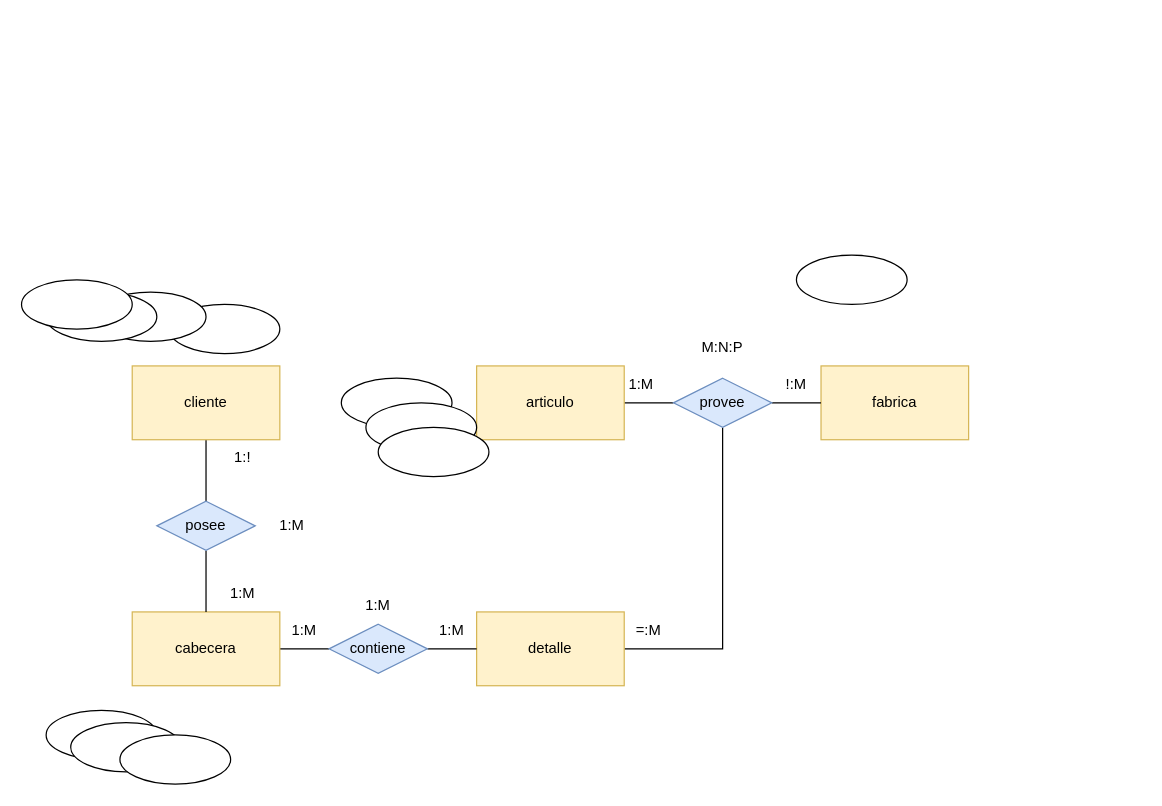
Earlier version of the draw.io diagram Empresaejercicio1.drawio (Mundrack/Base-de-datos). Source tidied: cells renumbered, new cells numbered last; positions are measured from the earlier drawing's top-left corner, leaving out a move shared by most shapes. Both pictures are drawn from the tidied source at 123%, with x=0, y=0 at pixel (21, 255).
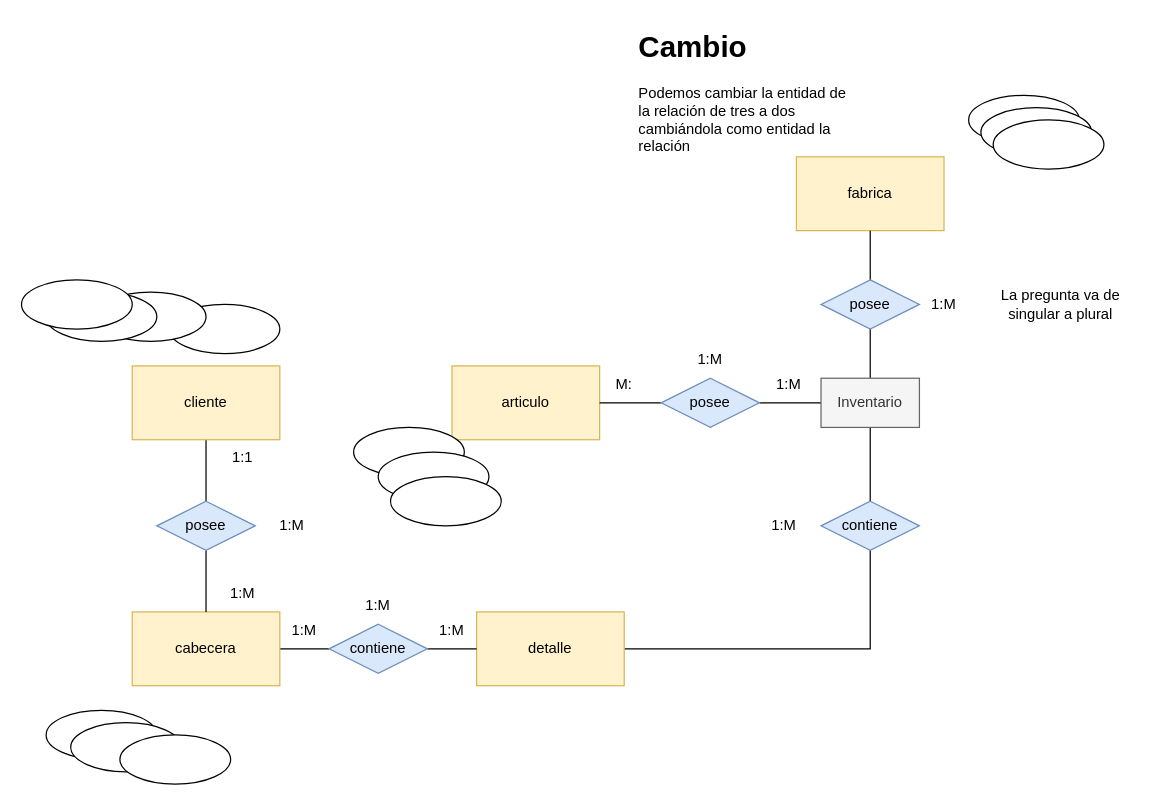
The same page after the edit.

The edit, as a diff of the source:
```diff
@@
     <mxCell id="4" value="fabrica" style="rounded=0;whiteSpace=wrap;html=1;fillColor=#fff2cc;strokeColor=#d6b656;" parent="1" vertex="1">
-      <mxGeometry x="650" y="90" width="120" height="60" as="geometry" />
+      <mxGeometry x="630" y="-80" width="120" height="60" as="geometry" />
     </mxCell>
@@
-    <mxCell id="7" style="edgeStyle=orthogonalEdgeStyle;rounded=0;jettySize=auto;html=1;entryX=0;entryY=0.5;entryDx=0;entryDy=0;endArrow=none;endFill=0;" parent="1" edge="1" source="8" target="12">
+    <mxCell id="7" style="edgeStyle=orthogonalEdgeStyle;rounded=0;jettySize=auto;html=1;entryX=0;entryY=0.5;entryDx=0;entryDy=0;endArrow=none;endFill=0;" parent="1" edge="1" source="40" target="12">
       <mxGeometry relative="1" as="geometry" />
     </mxCell>
     <mxCell id="8" value="articulo" style="rounded=0;whiteSpace=wrap;html=1;fillColor=#fff2cc;strokeColor=#d6b656;" parent="1" vertex="1">
-      <mxGeometry x="370" y="90" width="120" height="60" as="geometry" />
+      <mxGeometry x="350" y="90" width="120" height="60" as="geometry" />
     </mxCell>
@@
-    <mxCell id="12" value="provee" style="rhombus;whiteSpace=wrap;html=1;fillColor=#dae8fc;strokeColor=#6c8ebf;" parent="1" vertex="1">
-      <mxGeometry x="530" y="100" width="80" height="40" as="geometry" />
+    <mxCell id="12" value="Inventario" style="rounded=0;whiteSpace=wrap;html=1;fillColor=#f5f5f5;strokeColor=#666666;fontColor=#333333;" parent="1" vertex="1">
+      <mxGeometry x="650" y="100" width="80" height="40" as="geometry" />
     </mxCell>
@@
-    <mxCell id="17" value="1:!" style="text;html=1;align=center;verticalAlign=middle;whiteSpace=wrap;rounded=0;" parent="1" vertex="1">
+    <mxCell id="17" value="1:1" style="text;html=1;align=center;verticalAlign=middle;whiteSpace=wrap;rounded=0;" parent="1" vertex="1">
       <mxGeometry x="150" y="150" width="60" height="30" as="geometry" />
     </mxCell>
@@
-    <mxCell id="23" value="=:M" style="text;html=1;align=center;verticalAlign=middle;whiteSpace=wrap;rounded=0;" parent="1" vertex="1">
-      <mxGeometry x="480" y="290" width="60" height="30" as="geometry" />
-    </mxCell>
     <mxCell id="24" value="1:M" style="text;html=1;align=center;verticalAlign=middle;whiteSpace=wrap;rounded=0;" parent="1" vertex="1">
-      <mxGeometry x="474" y="90" width="60" height="30" as="geometry" />
+      <mxGeometry x="594" y="90" width="60" height="30" as="geometry" />
     </mxCell>
-    <mxCell id="25" value="M:N:P" style="text;html=1;align=center;verticalAlign=middle;whiteSpace=wrap;rounded=0;" parent="1" vertex="1">
-      <mxGeometry x="540" y="60" width="60" height="30" as="geometry" />
-    </mxCell>
-    <mxCell id="26" value="!:M" style="text;html=1;align=center;verticalAlign=middle;whiteSpace=wrap;rounded=0;" parent="1" vertex="1">
-      <mxGeometry x="600" y="90" width="60" height="30" as="geometry" />
-    </mxCell>
@@
     <mxCell id="31" style="ellipse;whiteSpace=wrap;html=1;" parent="1" vertex="1">
-      <mxGeometry x="260" y="100" width="90" height="40" as="geometry" />
+      <mxGeometry x="270" y="140" width="90" height="40" as="geometry" />
     </mxCell>
     <mxCell id="32" style="ellipse;whiteSpace=wrap;html=1;" parent="1" vertex="1">
-      <mxGeometry x="280" y="120" width="90" height="40" as="geometry" />
+      <mxGeometry x="290" y="160" width="90" height="40" as="geometry" />
     </mxCell>
     <mxCell id="33" style="ellipse;whiteSpace=wrap;html=1;" parent="1" vertex="1">
-      <mxGeometry x="290" y="140" width="90" height="40" as="geometry" />
+      <mxGeometry x="300" y="180" width="90" height="40" as="geometry" />
     </mxCell>
@@
     <mxCell id="37" style="ellipse;whiteSpace=wrap;html=1;" parent="1" vertex="1">
-      <mxGeometry x="630" width="90" height="40" as="geometry" />
+      <mxGeometry x="770" y="-130" width="90" height="40" as="geometry" />
     </mxCell>
+    <mxCell id="38" value="&lt;h1 style=&quot;margin-top: 0px;&quot;&gt;&lt;span style=&quot;background-color: initial;&quot;&gt;Cambio&lt;/span&gt;&lt;br&gt;&lt;/h1&gt;&lt;div&gt;&lt;span style=&quot;background-color: initial;&quot;&gt;Podemos cambiar la entidad de la relación de tres a dos&amp;nbsp;&lt;/span&gt;&lt;/div&gt;&lt;div&gt;&lt;span style=&quot;background-color: initial;&quot;&gt;cambiándola como entidad la relación&lt;/span&gt;&lt;/div&gt;&lt;div&gt;&lt;span style=&quot;background-color: initial;&quot;&gt;&lt;br&gt;&lt;/span&gt;&lt;/div&gt;" style="text;html=1;whiteSpace=wrap;overflow=hidden;rounded=0;" parent="1" vertex="1">
+      <mxGeometry x="500" y="-190" width="180" height="120" as="geometry" />
+    </mxCell>
+    <mxCell id="39" style="edgeStyle=orthogonalEdgeStyle;rounded=0;jettySize=auto;html=1;entryX=0;entryY=0.5;entryDx=0;entryDy=0;endArrow=none;endFill=0;" parent="1" edge="1" source="8" target="40">
+      <mxGeometry relative="1" as="geometry" />
+    </mxCell>
+    <mxCell id="40" value="posee" style="rhombus;whiteSpace=wrap;html=1;fillColor=#dae8fc;strokeColor=#6c8ebf;" parent="1" vertex="1">
+      <mxGeometry x="520" y="100" width="80" height="40" as="geometry" />
+    </mxCell>
+    <mxCell id="41" value="posee" style="rhombus;whiteSpace=wrap;html=1;fillColor=#dae8fc;strokeColor=#6c8ebf;" parent="1" vertex="1">
+      <mxGeometry x="650" y="20" width="80" height="40" as="geometry" />
+    </mxCell>
+    <mxCell id="42" value="contiene" style="rhombus;whiteSpace=wrap;html=1;fillColor=#dae8fc;strokeColor=#6c8ebf;" parent="1" vertex="1">
+      <mxGeometry x="650" y="200" width="80" height="40" as="geometry" />
+    </mxCell>
+    <mxCell id="43" value="M:" style="text;html=1;align=center;verticalAlign=middle;whiteSpace=wrap;rounded=0;" parent="1" vertex="1">
+      <mxGeometry x="460" y="90" width="60" height="30" as="geometry" />
+    </mxCell>
+    <mxCell id="44" value="1:M" style="text;html=1;align=center;verticalAlign=middle;whiteSpace=wrap;rounded=0;" parent="1" vertex="1">
+      <mxGeometry x="530" y="70" width="60" height="30" as="geometry" />
+    </mxCell>
+    <mxCell id="45" value="1:M" style="text;html=1;align=center;verticalAlign=middle;whiteSpace=wrap;rounded=0;" parent="1" vertex="1">
+      <mxGeometry x="720" y="25" width="60" height="30" as="geometry" />
+    </mxCell>
+    <mxCell id="46" value="La pregunta va de singular a plural" style="text;html=1;align=center;verticalAlign=middle;whiteSpace=wrap;rounded=0;" parent="1" vertex="1">
+      <mxGeometry x="780" width="130" height="80" as="geometry" />
+    </mxCell>
+    <mxCell id="47" style="ellipse;whiteSpace=wrap;html=1;" parent="1" vertex="1">
+      <mxGeometry x="780" y="-120" width="90" height="40" as="geometry" />
+    </mxCell>
+    <mxCell id="48" style="ellipse;whiteSpace=wrap;html=1;" parent="1" vertex="1">
+      <mxGeometry x="790" y="-110" width="90" height="40" as="geometry" />
+    </mxCell>
+    <mxCell id="49" value="1:M" style="text;html=1;align=center;verticalAlign=middle;whiteSpace=wrap;rounded=0;" parent="1" vertex="1">
+      <mxGeometry x="590" y="205" width="60" height="30" as="geometry" />
+    </mxCell>
```
